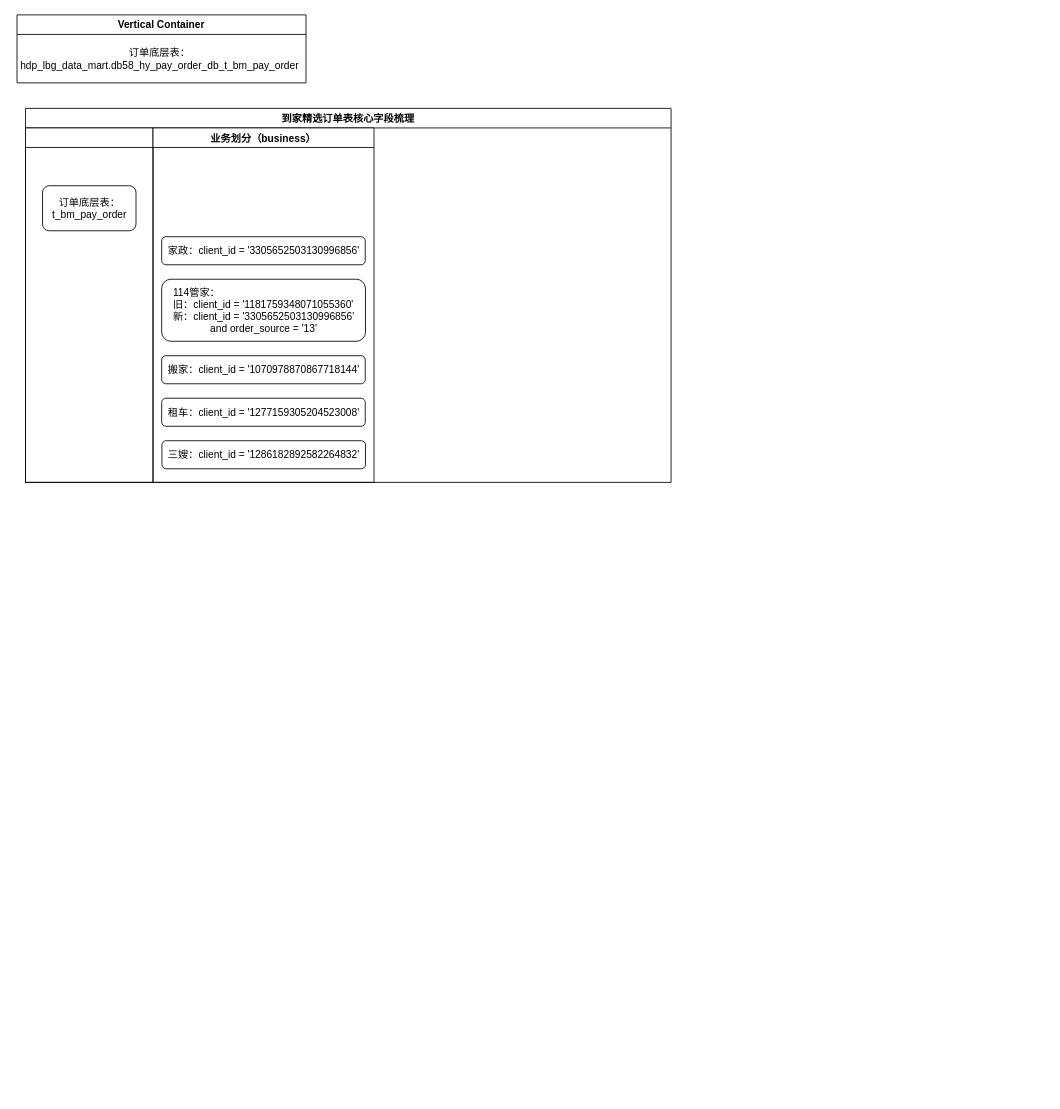
Before: 到家精选订单.drawio in chihiro-qx/hello-world, a draw.io diagram. Source tidied: cells renumbered, new cells numbered last; positions are measured from the earlier drawing's top-left corner, leaving out a move shared by most shapes. Both pictures are drawn from the tidied source at 85%, with x=0, y=0 at pixel (14, 14).
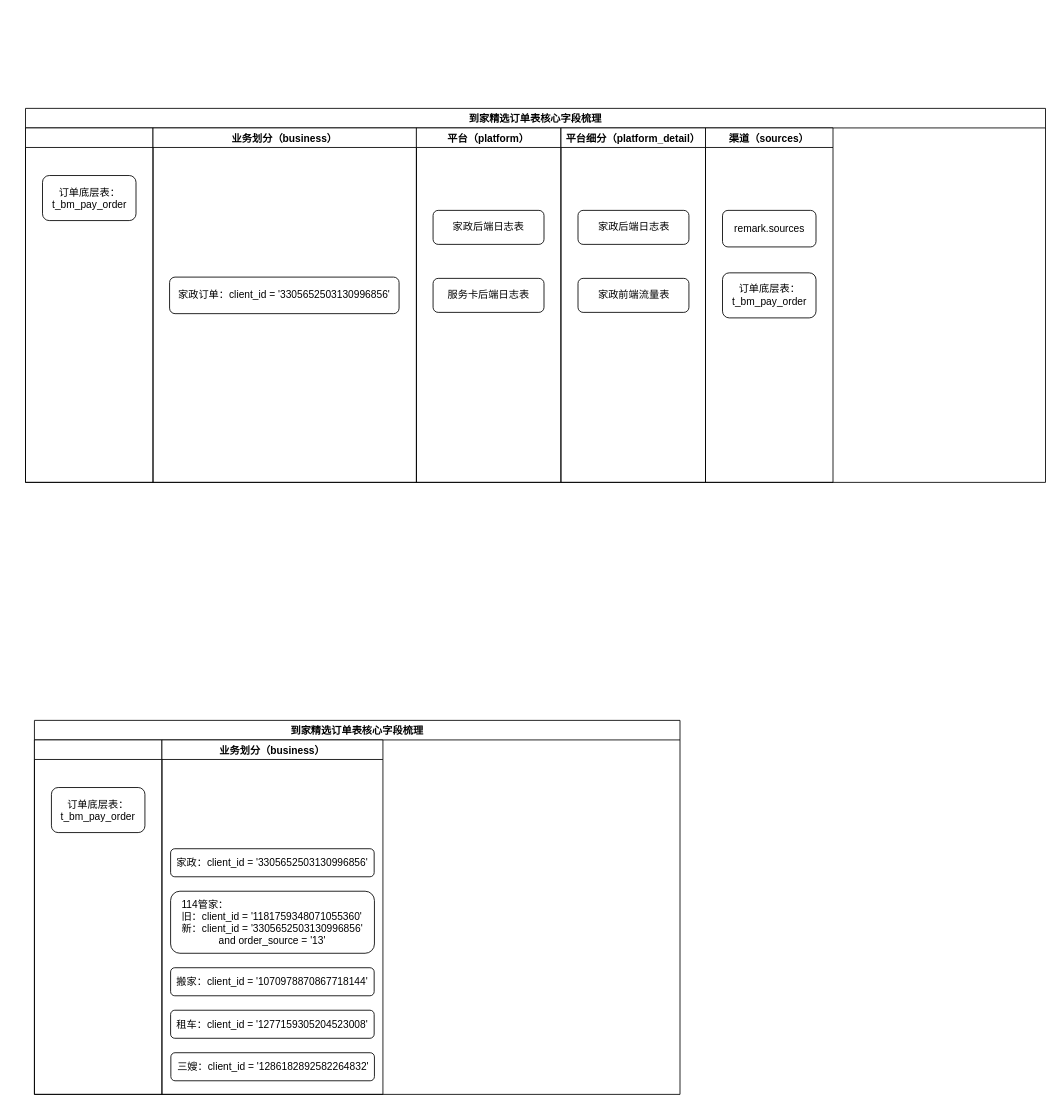
After the change.

Commit message:
Update 到家精选订单.drawio

Unchanged cells that the change refers to:
```xml
<mxCell id="5" style="swimlane;" parent="4" vertex="1">
  <mxGeometry y="23" width="150" height="417" as="geometry" />
</mxCell>
```

Change to the diagram source:
```diff
@@
-    <mxCell id="2" value="Vertical Container" style="swimlane;" parent="1" vertex="1">
-      <mxGeometry x="2.5" width="340" height="80" as="geometry" />
-    </mxCell>
-    <mxCell id="3" value="&lt;font style=&quot;font-size: 12px&quot;&gt;订单底层表：&lt;br&gt;&lt;span style=&quot;text-align: left&quot;&gt;hdp_lbg_data_mart.db58_hy_pay_order_db_t_bm_pay_order&lt;/span&gt;&lt;/font&gt;" style="text;html=1;align=center;verticalAlign=middle;strokeColor=none;" parent="2" vertex="1">
-      <mxGeometry x="-2.5" y="37" width="340" height="30" as="geometry" />
-    </mxCell>
     <mxCell id="4" value="到家精选订单表核心字段梳理" style="swimlane;" parent="1" vertex="1">
-      <mxGeometry x="12.5" y="110" width="759.5" height="440" as="geometry" />
+      <mxGeometry x="12.5" y="110" width="1200" height="440" as="geometry" />
     </mxCell>
@@
     <mxCell id="6" value="&lt;span&gt;订单底层表：&lt;/span&gt;&lt;br&gt;&lt;span style=&quot;text-align: left&quot;&gt;t_bm_pay_order&lt;/span&gt;" style="rounded=1;whiteSpace=wrap;html=1;" parent="5" vertex="1">
-      <mxGeometry x="20" y="68" width="110" height="53" as="geometry" />
+      <mxGeometry x="20" y="56" width="110" height="53" as="geometry" />
     </mxCell>
     <mxCell id="7" value="业务划分（business）" style="swimlane;" parent="4" vertex="1">
-      <mxGeometry x="150" y="23" width="260" height="417" as="geometry" />
+      <mxGeometry x="150" y="23" width="310" height="417" as="geometry" />
     </mxCell>
+    <mxCell id="13" value="家政订单：client_id = '&lt;span style=&quot;background-color: rgba(0 , 0 , 0 , 0) ; text-align: left&quot;&gt;3305652503130996856&lt;/span&gt;'" style="rounded=1;whiteSpace=wrap;html=1;" parent="7" vertex="1">
+      <mxGeometry x="19.5" y="175.5" width="270" height="43" as="geometry" />
+    </mxCell>
+    <mxCell id="14" value="家政后端日志表" style="rounded=1;whiteSpace=wrap;html=1;" parent="4" vertex="1">
+      <mxGeometry x="479.5" y="120" width="130.5" height="40" as="geometry" />
+    </mxCell>
+    <mxCell id="15" value="服务卡后端日志表" style="rounded=1;whiteSpace=wrap;html=1;" parent="4" vertex="1">
+      <mxGeometry x="479.5" y="200" width="130.5" height="40" as="geometry" />
+    </mxCell>
+    <mxCell id="16" value="家政后端日志表" style="rounded=1;whiteSpace=wrap;html=1;" parent="4" vertex="1">
+      <mxGeometry x="650" y="120" width="130.5" height="40" as="geometry" />
+    </mxCell>
+    <mxCell id="17" value="家政前端流量表" style="rounded=1;whiteSpace=wrap;html=1;" parent="4" vertex="1">
+      <mxGeometry x="650" y="200" width="130.5" height="40" as="geometry" />
+    </mxCell>
+    <mxCell id="18" value="平台（platform）" style="swimlane;" parent="4" vertex="1">
+      <mxGeometry x="459.8" y="23" width="170" height="417" as="geometry" />
+    </mxCell>
+    <mxCell id="19" value="渠道（sources）" style="swimlane;" parent="4" vertex="1">
+      <mxGeometry x="800" y="23" width="150" height="417" as="geometry" />
+    </mxCell>
+    <mxCell id="20" value="&lt;span&gt;订单底层表：&lt;/span&gt;&lt;br&gt;&lt;span style=&quot;text-align: left&quot;&gt;t_bm_pay_order&lt;/span&gt;" style="rounded=1;whiteSpace=wrap;html=1;" parent="19" vertex="1">
+      <mxGeometry x="20" y="170.5" width="110" height="53" as="geometry" />
+    </mxCell>
+    <mxCell id="21" value="remark.sources" style="rounded=1;whiteSpace=wrap;html=1;" parent="19" vertex="1">
+      <mxGeometry x="20" y="97" width="110" height="43" as="geometry" />
+    </mxCell>
+    <mxCell id="22" value="到家精选订单表核心字段梳理" style="swimlane;" parent="1" vertex="1">
+      <mxGeometry x="23" y="830" width="759.5" height="440" as="geometry" />
+    </mxCell>
+    <mxCell id="23" style="swimlane;" parent="22" vertex="1">
+      <mxGeometry y="23" width="150" height="417" as="geometry" />
+    </mxCell>
+    <mxCell id="24" value="&lt;span&gt;订单底层表：&lt;/span&gt;&lt;br&gt;&lt;span style=&quot;text-align: left&quot;&gt;t_bm_pay_order&lt;/span&gt;" style="rounded=1;whiteSpace=wrap;html=1;" parent="23" vertex="1">
+      <mxGeometry x="20" y="56" width="110" height="53" as="geometry" />
+    </mxCell>
+    <mxCell id="25" value="业务划分（business）" style="swimlane;" parent="22" vertex="1">
+      <mxGeometry x="150" y="23" width="260" height="417" as="geometry" />
+    </mxCell>
-    <mxCell id="8" value="家政：client_id = '&lt;span style=&quot;background-color: rgba(0 , 0 , 0 , 0) ; text-align: left&quot;&gt;3305652503130996856&lt;/span&gt;'" style="rounded=1;whiteSpace=wrap;html=1;" parent="7" vertex="1">
+    <mxCell id="8" value="家政：client_id = '&lt;span style=&quot;background-color: rgba(0 , 0 , 0 , 0) ; text-align: left&quot;&gt;3305652503130996856&lt;/span&gt;'" style="rounded=1;whiteSpace=wrap;html=1;" parent="25" vertex="1">
       <mxGeometry x="10.2" y="128" width="239.5" height="33" as="geometry" />
     </mxCell>
-    <mxCell id="9" value="&lt;div style=&quot;text-align: left&quot;&gt;&lt;span&gt;114管家：&lt;/span&gt;&lt;/div&gt;&lt;div style=&quot;text-align: left&quot;&gt;&lt;span&gt;旧：&lt;/span&gt;&lt;span style=&quot;text-align: center&quot;&gt;client_id = '&lt;/span&gt;&lt;span style=&quot;background-color: rgba(0 , 0 , 0 , 0)&quot;&gt;1181759348071055360&lt;/span&gt;&lt;span style=&quot;text-align: center&quot;&gt;'&lt;/span&gt;&lt;/div&gt;&lt;div style=&quot;text-align: left&quot;&gt;&lt;span style=&quot;text-align: center&quot;&gt;新：&lt;/span&gt;&lt;span style=&quot;text-align: center&quot;&gt;client_id = '&lt;/span&gt;&lt;span style=&quot;background-color: rgba(0 , 0 , 0 , 0)&quot;&gt;3305652503130996856&lt;/span&gt;&lt;span style=&quot;text-align: center&quot;&gt;'&lt;/span&gt;&lt;/div&gt;&lt;span&gt;and order_source = '13'&lt;/span&gt;&lt;span style=&quot;text-align: left&quot;&gt;&lt;br&gt;&lt;/span&gt;" style="rounded=1;whiteSpace=wrap;html=1;" parent="7" vertex="1">
+    <mxCell id="9" value="&lt;div style=&quot;text-align: left&quot;&gt;&lt;span&gt;114管家：&lt;/span&gt;&lt;/div&gt;&lt;div style=&quot;text-align: left&quot;&gt;&lt;span&gt;旧：&lt;/span&gt;&lt;span style=&quot;text-align: center&quot;&gt;client_id = '&lt;/span&gt;&lt;span style=&quot;background-color: rgba(0 , 0 , 0 , 0)&quot;&gt;1181759348071055360&lt;/span&gt;&lt;span style=&quot;text-align: center&quot;&gt;'&lt;/span&gt;&lt;/div&gt;&lt;div style=&quot;text-align: left&quot;&gt;&lt;span style=&quot;text-align: center&quot;&gt;新：&lt;/span&gt;&lt;span style=&quot;text-align: center&quot;&gt;client_id = '&lt;/span&gt;&lt;span style=&quot;background-color: rgba(0 , 0 , 0 , 0)&quot;&gt;3305652503130996856&lt;/span&gt;&lt;span style=&quot;text-align: center&quot;&gt;'&lt;/span&gt;&lt;/div&gt;&lt;span&gt;and order_source = '13'&lt;/span&gt;&lt;span style=&quot;text-align: left&quot;&gt;&lt;br&gt;&lt;/span&gt;" style="rounded=1;whiteSpace=wrap;html=1;" parent="25" vertex="1">
       <mxGeometry x="10.2" y="178" width="239.8" height="73" as="geometry" />
     </mxCell>
-    <mxCell id="10" value="&lt;div style=&quot;text-align: left&quot;&gt;&lt;font style=&quot;font-size: 12px&quot;&gt;搬家：client_id = '&lt;span style=&quot;background-color: rgba(0 , 0 , 0 , 0)&quot;&gt;1070978870867718144&lt;/span&gt;&lt;span&gt;'&lt;/span&gt;&lt;/font&gt;&lt;/div&gt;" style="rounded=1;whiteSpace=wrap;html=1;" parent="7" vertex="1">
+    <mxCell id="10" value="&lt;div style=&quot;text-align: left&quot;&gt;&lt;font style=&quot;font-size: 12px&quot;&gt;搬家：client_id = '&lt;span style=&quot;background-color: rgba(0 , 0 , 0 , 0)&quot;&gt;1070978870867718144&lt;/span&gt;&lt;span&gt;'&lt;/span&gt;&lt;/font&gt;&lt;/div&gt;" style="rounded=1;whiteSpace=wrap;html=1;" parent="25" vertex="1">
       <mxGeometry x="10.2" y="268" width="239.5" height="33" as="geometry" />
     </mxCell>
-    <mxCell id="11" value="&lt;div style=&quot;text-align: left&quot;&gt;&lt;font&gt;租车：client_id = '&lt;span style=&quot;background-color: rgba(0 , 0 , 0 , 0)&quot;&gt;&lt;font style=&quot;font-size: 12px&quot;&gt;1277159305204523008&lt;/font&gt;&lt;/span&gt;&lt;span style=&quot;font-size: 12px&quot;&gt;'&lt;/span&gt;&lt;/font&gt;&lt;/div&gt;" style="rounded=1;whiteSpace=wrap;html=1;" parent="7" vertex="1">
+    <mxCell id="11" value="&lt;div style=&quot;text-align: left&quot;&gt;&lt;font&gt;租车：client_id = '&lt;span style=&quot;background-color: rgba(0 , 0 , 0 , 0)&quot;&gt;&lt;font style=&quot;font-size: 12px&quot;&gt;1277159305204523008&lt;/font&gt;&lt;/span&gt;&lt;span style=&quot;font-size: 12px&quot;&gt;'&lt;/span&gt;&lt;/font&gt;&lt;/div&gt;" style="rounded=1;whiteSpace=wrap;html=1;" parent="25" vertex="1">
       <mxGeometry x="10.2" y="318" width="239.5" height="33" as="geometry" />
     </mxCell>
-    <mxCell id="12" value="&lt;div style=&quot;text-align: left&quot;&gt;&lt;font&gt;三嫂：client_id = '&lt;span style=&quot;background-color: rgba(0 , 0 , 0 , 0)&quot;&gt;&lt;font style=&quot;font-size: 12px&quot;&gt;1286182892582264832&lt;/font&gt;&lt;/span&gt;&lt;span style=&quot;font-size: 12px&quot;&gt;'&lt;/span&gt;&lt;/font&gt;&lt;/div&gt;" style="rounded=1;whiteSpace=wrap;html=1;" parent="7" vertex="1">
+    <mxCell id="12" value="&lt;div style=&quot;text-align: left&quot;&gt;&lt;font&gt;三嫂：client_id = '&lt;span style=&quot;background-color: rgba(0 , 0 , 0 , 0)&quot;&gt;&lt;font style=&quot;font-size: 12px&quot;&gt;1286182892582264832&lt;/font&gt;&lt;/span&gt;&lt;span style=&quot;font-size: 12px&quot;&gt;'&lt;/span&gt;&lt;/font&gt;&lt;/div&gt;" style="rounded=1;whiteSpace=wrap;html=1;" parent="25" vertex="1">
       <mxGeometry x="10.5" y="368" width="239.5" height="33" as="geometry" />
     </mxCell>
+    <mxCell id="26" value="平台细分（platform_detail）" style="swimlane;" parent="1" vertex="1">
+      <mxGeometry x="642.5" y="133" width="170" height="417" as="geometry" />
+    </mxCell>
```
